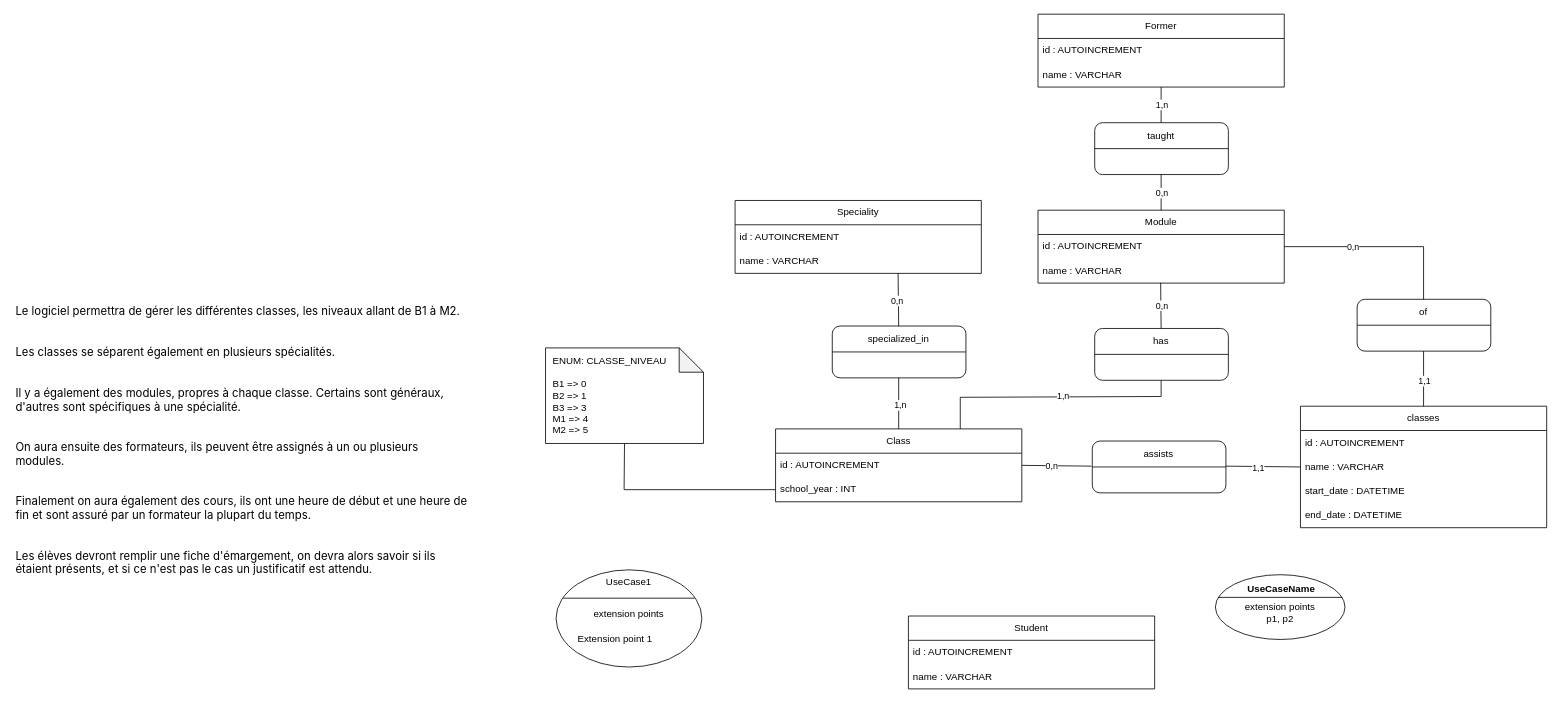
This is tp_final.drawio from nak0x/uml, a draw.io file, before an edit. Source tidied: cells renumbered, new cells numbered last; positions are measured from the earlier drawing's top-left corner, leaving out a move shared by most shapes. Both pictures are drawn from the tidied source at 81%, with x=0, y=0 at pixel (14, 14).
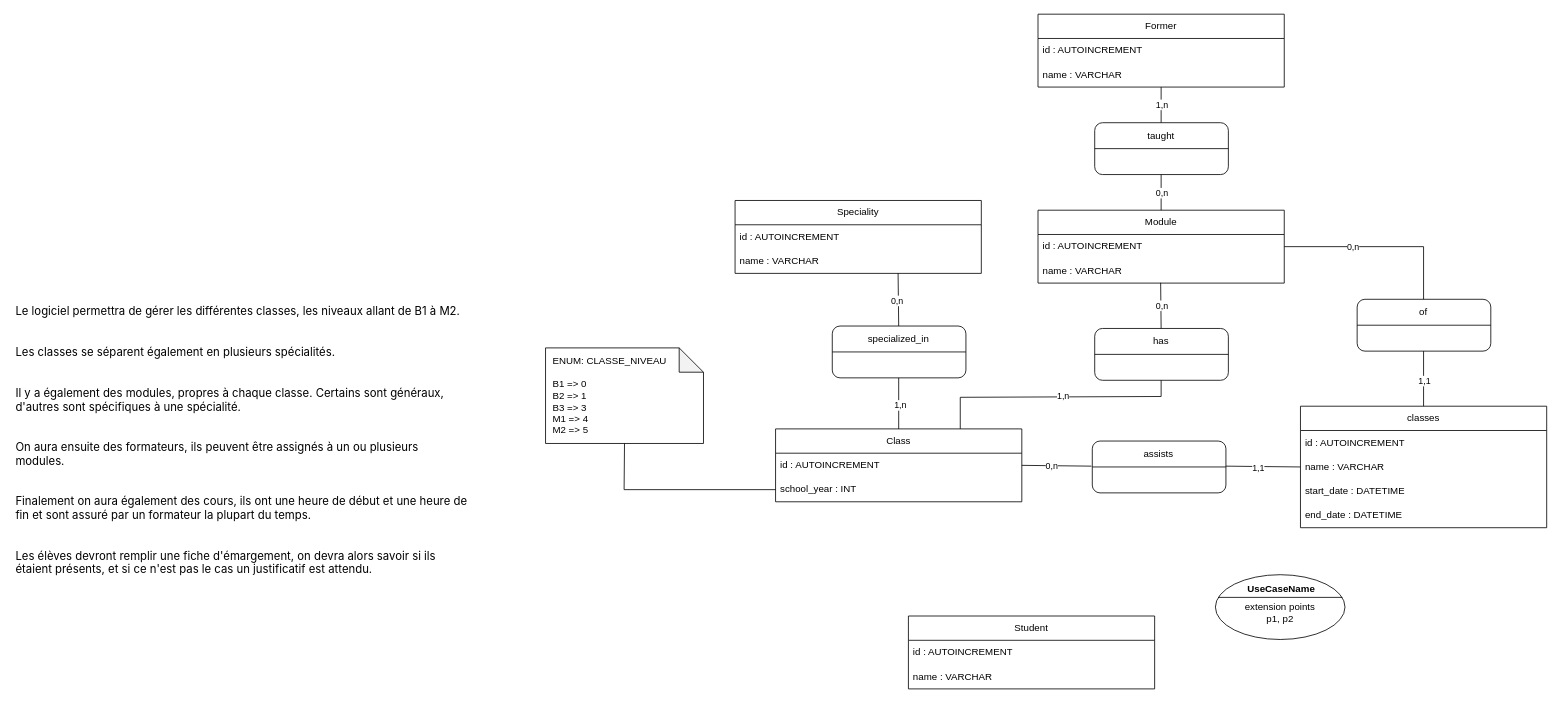
After the change.

Diff of the diagram source:
```diff
@@
-    <mxCell id="72" style="shape=ellipse;horizontal=1;html=1;dashed=0;" parent="1" vertex="1">
-      <mxGeometry x="669" y="686" width="180" height="120" as="geometry" />
-    </mxCell>
-    <mxCell id="73" value="UseCase1" style="html=1;strokeColor=none;fillColor=none;align=center;verticalAlign=middle;whiteSpace=wrap;" parent="72" vertex="1">
-      <mxGeometry width="180" height="30" as="geometry" />
-    </mxCell>
-    <mxCell id="74" style="line;strokeWidth=1;fillColor=none;labelPosition=right;dashed=0;" parent="72" vertex="1">
-      <mxGeometry x="9" y="30" width="162" height="10" as="geometry" />
-    </mxCell>
-    <mxCell id="75" value="extension points" style="text;html=1;align=center;verticalAlign=middle;fillColor=none;strokeColor=none;whiteSpace=wrap;" parent="72" vertex="1">
-      <mxGeometry y="40" width="180" height="30" as="geometry" />
-    </mxCell>
-    <mxCell id="76" value="Extension point 1" style="text;html=1;align=left;verticalAlign=middle;spacingLeft=25;fillColor=none;strokeColor=none;whiteSpace=wrap;" parent="72" vertex="1">
-      <mxGeometry y="70" width="180" height="30" as="geometry" />
-    </mxCell>
```
